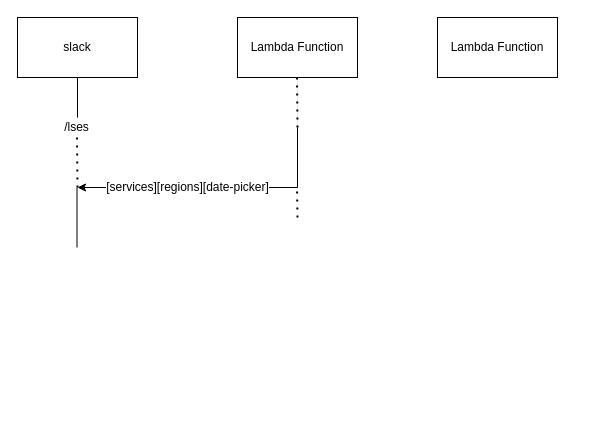
This is LSE-Search.drawio from KazChe/evento, a draw.io file, before an edit. Source tidied: cells renumbered, new cells numbered last; positions are measured from the earlier drawing's top-left corner, leaving out a move shared by most shapes. Both pictures are drawn from the tidied source at 100%, with x=0, y=0 at pixel (17, 17).
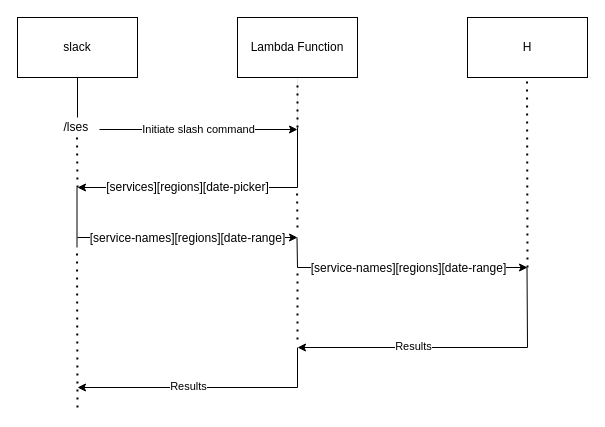
The same diagram, later.

What changed in the source:
```diff
@@
-    <mxCell id="2" value="/lses&lt;span style=&quot;white-space: pre&quot;&gt;&#9;&lt;/span&gt;" style="text;html=1;align=center;verticalAlign=middle;points=[];strokeColor=none;fillColor=none;" parent="1" vertex="1">
+    <mxCell id="2" value="/lses&lt;span style=&quot;white-space: pre&quot;&gt; &lt;/span&gt;" style="text;html=1;align=center;verticalAlign=middle;points=[];strokeColor=none;fillColor=none;" parent="1" vertex="1">
       <mxGeometry x="40" y="100" width="40" height="20" as="geometry" />
     </mxCell>
@@
-    <mxCell id="5" value="Lambda Function" style="rounded=0;whiteSpace=wrap;html=1;" parent="1" vertex="1">
-      <mxGeometry x="420" width="120" height="60" as="geometry" />
+    <mxCell id="5" value="H" style="rounded=0;whiteSpace=wrap;html=1;" parent="1" vertex="1">
+      <mxGeometry x="450" width="120" height="60" as="geometry" />
     </mxCell>
@@
     <mxCell id="8" style="endArrow=none;dashed=1;html=1;dashPattern=1 3;strokeWidth=2;" parent="1" edge="1">
       <mxGeometry relative="1" as="geometry">
-        <mxPoint x="280" y="110" as="sourcePoint" />
-        <mxPoint x="279.5" y="60" as="targetPoint" />
+        <mxPoint x="510" y="250" as="sourcePoint" />
+        <mxPoint x="509.5" y="60" as="targetPoint" />
       </mxGeometry>
     </mxCell>
@@
     <mxCell id="12" style="endArrow=none;dashed=1;html=1;dashPattern=1 3;strokeWidth=2;" parent="1" edge="1">
       <mxGeometry relative="1" as="geometry">
-        <mxPoint x="280" y="200" as="sourcePoint" />
+        <mxPoint x="280" y="210" as="sourcePoint" />
         <mxPoint x="279.5" y="170" as="targetPoint" />
       </mxGeometry>
     </mxCell>
@@
+    <mxCell id="14" value="Initiate slash command" style="endArrow=classic;html=1;strokeWidth=1;exitX=1.05;exitY=0.6;exitDx=0;exitDy=0;exitPerimeter=0;" parent="1" edge="1" source="2">
+      <mxGeometry relative="1" as="geometry">
+        <mxPoint x="280" y="112" as="targetPoint" />
+      </mxGeometry>
+    </mxCell>
+    <mxCell id="15" style="endArrow=classic;html=1;strokeWidth=1;" parent="1" edge="1">
+      <mxGeometry relative="1" as="geometry">
+        <mxPoint x="60" y="220" as="sourcePoint" />
+        <mxPoint x="280" y="220" as="targetPoint" />
+      </mxGeometry>
+    </mxCell>
+    <mxCell id="16" value="&lt;span style=&quot;font-size: 12px&quot;&gt;[service-names][regions][date-range]&lt;/span&gt;" style="edgeLabel;html=1;align=center;verticalAlign=middle;" parent="15" vertex="1">
+      <mxGeometry x="-0.01" relative="1" as="geometry" />
+    </mxCell>
+    <mxCell id="17" style="endArrow=none;dashed=1;html=1;dashPattern=1 3;strokeWidth=2;" parent="1" edge="1">
+      <mxGeometry relative="1" as="geometry">
+        <mxPoint x="60" y="390" as="sourcePoint" />
+        <mxPoint x="59.5" y="230" as="targetPoint" />
+      </mxGeometry>
+    </mxCell>
+    <mxCell id="18" style="endArrow=none;html=1;strokeWidth=1;" parent="1" edge="1">
+      <mxGeometry relative="1" as="geometry">
+        <mxPoint x="280" y="250" as="sourcePoint" />
+        <mxPoint x="279.5" y="220" as="targetPoint" />
+      </mxGeometry>
+    </mxCell>
+    <mxCell id="19" style="endArrow=none;dashed=1;html=1;dashPattern=1 3;strokeWidth=2;" parent="1" edge="1">
+      <mxGeometry relative="1" as="geometry">
+        <mxPoint x="280" y="110" as="sourcePoint" />
+        <mxPoint x="280" y="67" as="targetPoint" />
+      </mxGeometry>
+    </mxCell>
+    <mxCell id="20" style="endArrow=classic;html=1;strokeWidth=1;" parent="1" edge="1">
+      <mxGeometry relative="1" as="geometry">
+        <mxPoint x="280" y="250" as="sourcePoint" />
+        <mxPoint x="510" y="250" as="targetPoint" />
+      </mxGeometry>
+    </mxCell>
+    <mxCell id="21" style="edgeLabel;html=1;align=center;verticalAlign=middle;" parent="20" vertex="1">
+      <mxGeometry x="0.03" y="1" relative="1" as="geometry" />
+    </mxCell>
+    <mxCell id="22" value="&lt;span style=&quot;font-size: 12px&quot;&gt;[service-names][regions][date-range]&lt;/span&gt;" style="edgeLabel;html=1;align=center;verticalAlign=middle;" parent="20" vertex="1">
+      <mxGeometry x="0.06" y="-1" relative="1" as="geometry">
+        <mxPoint x="-12" y="-1" as="offset" />
+      </mxGeometry>
+    </mxCell>
+    <mxCell id="23" style="endArrow=none;html=1;strokeWidth=1;" parent="1" edge="1">
+      <mxGeometry relative="1" as="geometry">
+        <mxPoint x="510" y="330" as="sourcePoint" />
+        <mxPoint x="509.5" y="250" as="targetPoint" />
+      </mxGeometry>
+    </mxCell>
+    <mxCell id="24" style="endArrow=none;dashed=1;html=1;dashPattern=1 3;strokeWidth=2;" parent="1" edge="1">
+      <mxGeometry relative="1" as="geometry">
+        <mxPoint x="280" y="322" as="sourcePoint" />
+        <mxPoint x="280" y="250" as="targetPoint" />
+      </mxGeometry>
+    </mxCell>
+    <mxCell id="25" style="endArrow=classic;html=1;strokeWidth=1;" parent="1" edge="1">
+      <mxGeometry relative="1" as="geometry">
+        <mxPoint x="510" y="330" as="sourcePoint" />
+        <mxPoint x="280" y="330" as="targetPoint" />
+      </mxGeometry>
+    </mxCell>
+    <mxCell id="26" value="Results" style="edgeLabel;html=1;align=center;verticalAlign=middle;" parent="25" vertex="1">
+      <mxGeometry y="-2" relative="1" as="geometry" />
+    </mxCell>
+    <mxCell id="27" style="endArrow=none;html=1;strokeWidth=1;" parent="1" edge="1">
+      <mxGeometry relative="1" as="geometry">
+        <mxPoint x="280" y="370" as="sourcePoint" />
+        <mxPoint x="280" y="330" as="targetPoint" />
+      </mxGeometry>
+    </mxCell>
+    <mxCell id="28" style="endArrow=classic;html=1;strokeWidth=1;" parent="1" edge="1">
+      <mxGeometry relative="1" as="geometry">
+        <mxPoint x="280" y="370" as="sourcePoint" />
+        <mxPoint x="60" y="370" as="targetPoint" />
+      </mxGeometry>
+    </mxCell>
+    <mxCell id="29" value="Results" style="edgeLabel;html=1;align=center;verticalAlign=middle;" parent="28" vertex="1">
+      <mxGeometry y="-2" relative="1" as="geometry" />
+    </mxCell>
```
